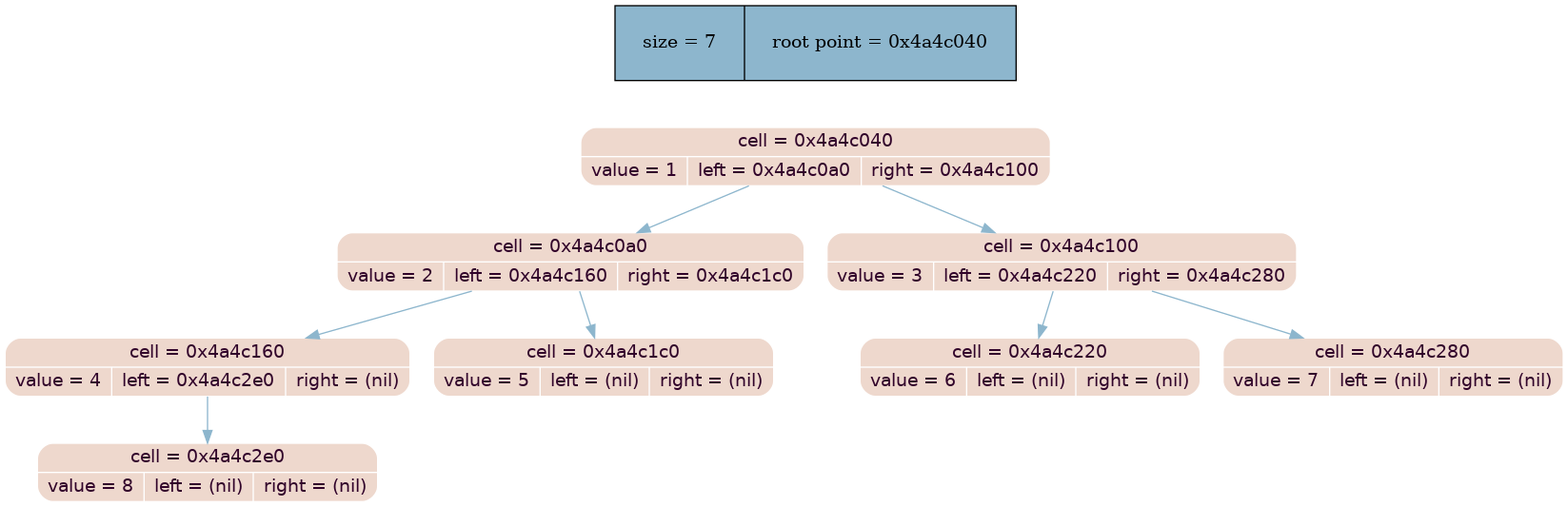
Above: dump_info/tree_dump.png in MaxGroshev/tree (Graphviz), before the change. Its source is kept beside it as dump_info/tree_dump.dot.
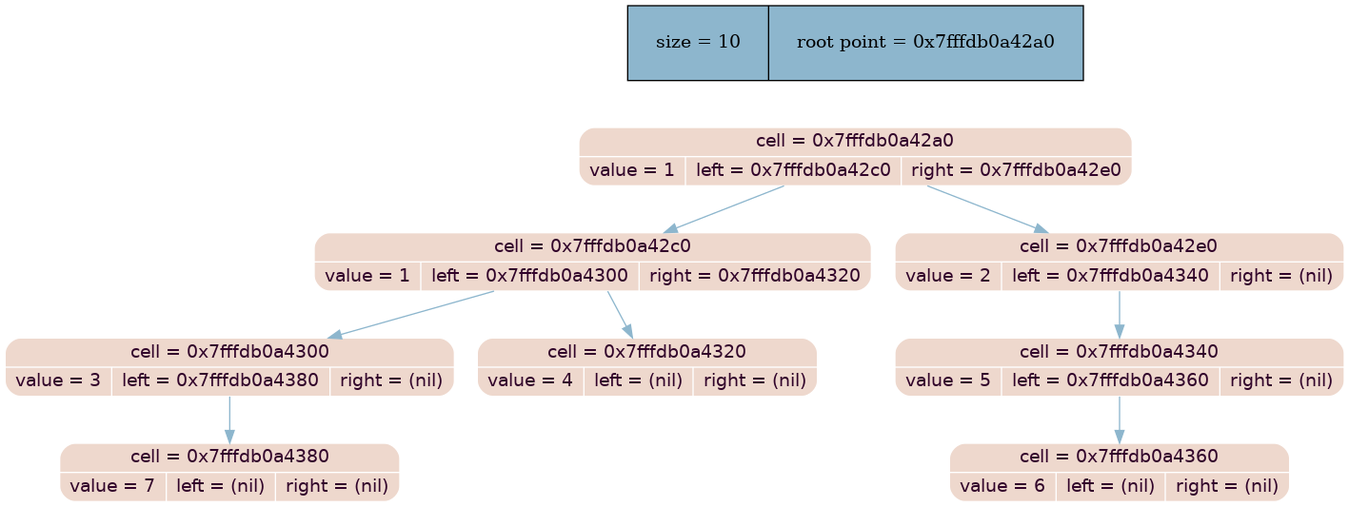
Above is the later version.

What changed in the source:
```diff
@@ -3,22 +3,24 @@
 rankdir = ""
 splines = "true"
 
-node_stat [margin = "0.3*0.3", style = "filled", shape = "record", fillcolor = "#8DB6CD" label = " size = 8 | root point = 0x7fffcfff22a0"]
+node_stat [margin = "0.3*0.3", style = "filled", shape = "record", fillcolor = "#8DB6CD" label = " size = 9 | root point = 0x4a4c040"]
 {rank = source; node_stat}
 
-node0x7fffcfff22a0 [shape = "Mrecord", fillcolor = "#eed8cd", style = "filled", fontcolor = "#31032A", fontname = "Calibri", color = "white", label = "{cell = 0x7fffcfff22a0\n | {value = 1 |left = 0x7fffcfff22c0 |right = 0x7fffcfff22e0}}"]
-node0x7fffcfff22a0 -> node0x7fffcfff22c0 [color = "#8DB6CD", style = "", constraint = true, fillcolor = "#8DB6CD",   fontcolor = "", fontname = "Calibri", label = ""];
-node0x7fffcfff22c0 [shape = "Mrecord", fillcolor = "#eed8cd", style = "filled", fontcolor = "#31032A", fontname = "Calibri", color = "white", label = "{cell = 0x7fffcfff22c0\n | {value = 2 |left = 0x7fffcfff2300 |right = 0x7fffcfff2320}}"]
-node0x7fffcfff22c0 -> node0x7fffcfff2300 [color = "#8DB6CD", style = "", constraint = true, fillcolor = "#8DB6CD",   fontcolor = "", fontname = "Calibri", label = ""];
-node0x7fffcfff2300 [shape = "Mrecord", fillcolor = "#eed8cd", style = "filled", fontcolor = "#31032A", fontname = "Calibri", color = "white", label = "{cell = 0x7fffcfff2300\n | {value = 4 |left = 0x7fffcfff2380 |right = (nil)}}"]
-node0x7fffcfff2300 -> node0x7fffcfff2380 [color = "#8DB6CD", style = "", constraint = true, fillcolor = "#8DB6CD",   fontcolor = "", fontname = "Calibri", label = ""];
-node0x7fffcfff2380 [shape = "Mrecord", fillcolor = "#eed8cd", style = "filled", fontcolor = "#31032A", fontname = "Calibri", color = "white", label = "{cell = 0x7fffcfff2380\n | {value = 8 |left = (nil) |right = (nil)}}"]
-node0x7fffcfff22c0 -> node0x7fffcfff2320 [color = "#8DB6CD", style = "", constraint = true, fillcolor = "#8DB6CD",   fontcolor = "", fontname = "Calibri", label = ""];
-node0x7fffcfff2320 [shape = "Mrecord", fillcolor = "#eed8cd", style = "filled", fontcolor = "#31032A", fontname = "Calibri", color = "white", label = "{cell = 0x7fffcfff2320\n | {value = 5 |left = (nil) |right = (nil)}}"]
-node0x7fffcfff22a0 -> node0x7fffcfff22e0 [color = "#8DB6CD", style = "", constraint = true, fillcolor = "#8DB6CD",   fontcolor = "", fontname = "Calibri", label = ""];
-node0x7fffcfff22e0 [shape = "Mrecord", fillcolor = "#eed8cd", style = "filled", fontcolor = "#31032A", fontname = "Calibri", color = "white", label = "{cell = 0x7fffcfff22e0\n | {value = 3 |left = 0x7fffcfff2340 |right = 0x7fffcfff2360}}"]
-node0x7fffcfff22e0 -> node0x7fffcfff2340 [color = "#8DB6CD", style = "", constraint = true, fillcolor = "#8DB6CD",   fontcolor = "", fontname = "Calibri", label = ""];
-node0x7fffcfff2340 [shape = "Mrecord", fillcolor = "#eed8cd", style = "filled", fontcolor = "#31032A", fontname = "Calibri", color = "white", label = "{cell = 0x7fffcfff2340\n | {value = 6 |left = (nil) |right = (nil)}}"]
-node0x7fffcfff22e0 -> node0x7fffcfff2360 [color = "#8DB6CD", style = "", constraint = true, fillcolor = "#8DB6CD",   fontcolor = "", fontname = "Calibri", label = ""];
-node0x7fffcfff2360 [shape = "Mrecord", fillcolor = "#eed8cd", style = "filled", fontcolor = "#31032A", fontname = "Calibri", color = "white", label = "{cell = 0x7fffcfff2360\n | {value = 7 |left = (nil) |right = (nil)}}"]
+node0x4a4c040 [shape = "Mrecord", fillcolor = "#eed8cd", style = "filled", fontcolor = "#31032A", fontname = "Calibri", color = "white", label = "{cell = 0x4a4c040\n | {value = 1 |left = 0x4a4c0a0 |right = 0x4a4c100}}"]
+node0x4a4c040 -> node0x4a4c0a0 [color = "#8DB6CD", style = "", constraint = true, fillcolor = "#8DB6CD",   fontcolor = "", fontname = "Calibri", label = ""];
+node0x4a4c0a0 [shape = "Mrecord", fillcolor = "#eed8cd", style = "filled", fontcolor = "#31032A", fontname = "Calibri", color = "white", label = "{cell = 0x4a4c0a0\n | {value = 1 |left = 0x4a4c160 |right = 0x4a4c1c0}}"]
+node0x4a4c0a0 -> node0x4a4c160 [color = "#8DB6CD", style = "", constraint = true, fillcolor = "#8DB6CD",   fontcolor = "", fontname = "Calibri", label = ""];
+node0x4a4c160 [shape = "Mrecord", fillcolor = "#eed8cd", style = "filled", fontcolor = "#31032A", fontname = "Calibri", color = "white", label = "{cell = 0x4a4c160\n | {value = 3 |left = 0x4a4c2e0 |right = (nil)}}"]
+node0x4a4c160 -> node0x4a4c2e0 [color = "#8DB6CD", style = "", constraint = true, fillcolor = "#8DB6CD",   fontcolor = "", fontname = "Calibri", label = ""];
+node0x4a4c2e0 [shape = "Mrecord", fillcolor = "#eed8cd", style = "filled", fontcolor = "#31032A", fontname = "Calibri", color = "white", label = "{cell = 0x4a4c2e0\n | {value = 7 |left = (nil) |right = (nil)}}"]
+node0x4a4c0a0 -> node0x4a4c1c0 [color = "#8DB6CD", style = "", constraint = true, fillcolor = "#8DB6CD",   fontcolor = "", fontname = "Calibri", label = ""];
+node0x4a4c1c0 [shape = "Mrecord", fillcolor = "#eed8cd", style = "filled", fontcolor = "#31032A", fontname = "Calibri", color = "white", label = "{cell = 0x4a4c1c0\n | {value = 4 |left = (nil) |right = (nil)}}"]
+node0x4a4c040 -> node0x4a4c100 [color = "#8DB6CD", style = "", constraint = true, fillcolor = "#8DB6CD",   fontcolor = "", fontname = "Calibri", label = ""];
+node0x4a4c100 [shape = "Mrecord", fillcolor = "#eed8cd", style = "filled", fontcolor = "#31032A", fontname = "Calibri", color = "white", label = "{cell = 0x4a4c100\n | {value = 2 |left = 0x4a4c220 |right = 0x4a4c340}}"]
+node0x4a4c100 -> node0x4a4c220 [color = "#8DB6CD", style = "", constraint = true, fillcolor = "#8DB6CD",   fontcolor = "", fontname = "Calibri", label = ""];
+node0x4a4c220 [shape = "Mrecord", fillcolor = "#eed8cd", style = "filled", fontcolor = "#31032A", fontname = "Calibri", color = "white", label = "{cell = 0x4a4c220\n | {value = 5 |left = 0x4a4c280 |right = (nil)}}"]
+node0x4a4c220 -> node0x4a4c280 [color = "#8DB6CD", style = "", constraint = true, fillcolor = "#8DB6CD",   fontcolor = "", fontname = "Calibri", label = ""];
+node0x4a4c280 [shape = "Mrecord", fillcolor = "#eed8cd", style = "filled", fontcolor = "#31032A", fontname = "Calibri", color = "white", label = "{cell = 0x4a4c280\n | {value = 6 |left = (nil) |right = (nil)}}"]
+node0x4a4c100 -> node0x4a4c340 [color = "#8DB6CD", style = "", constraint = true, fillcolor = "#8DB6CD",   fontcolor = "", fontname = "Calibri", label = ""];
+node0x4a4c340 [shape = "Mrecord", fillcolor = "#eed8cd", style = "filled", fontcolor = "#31032A", fontname = "Calibri", color = "white", label = "{cell = 0x4a4c340\n | {value = 9 |left = (nil) |right = (nil)}}"]
 }
```
